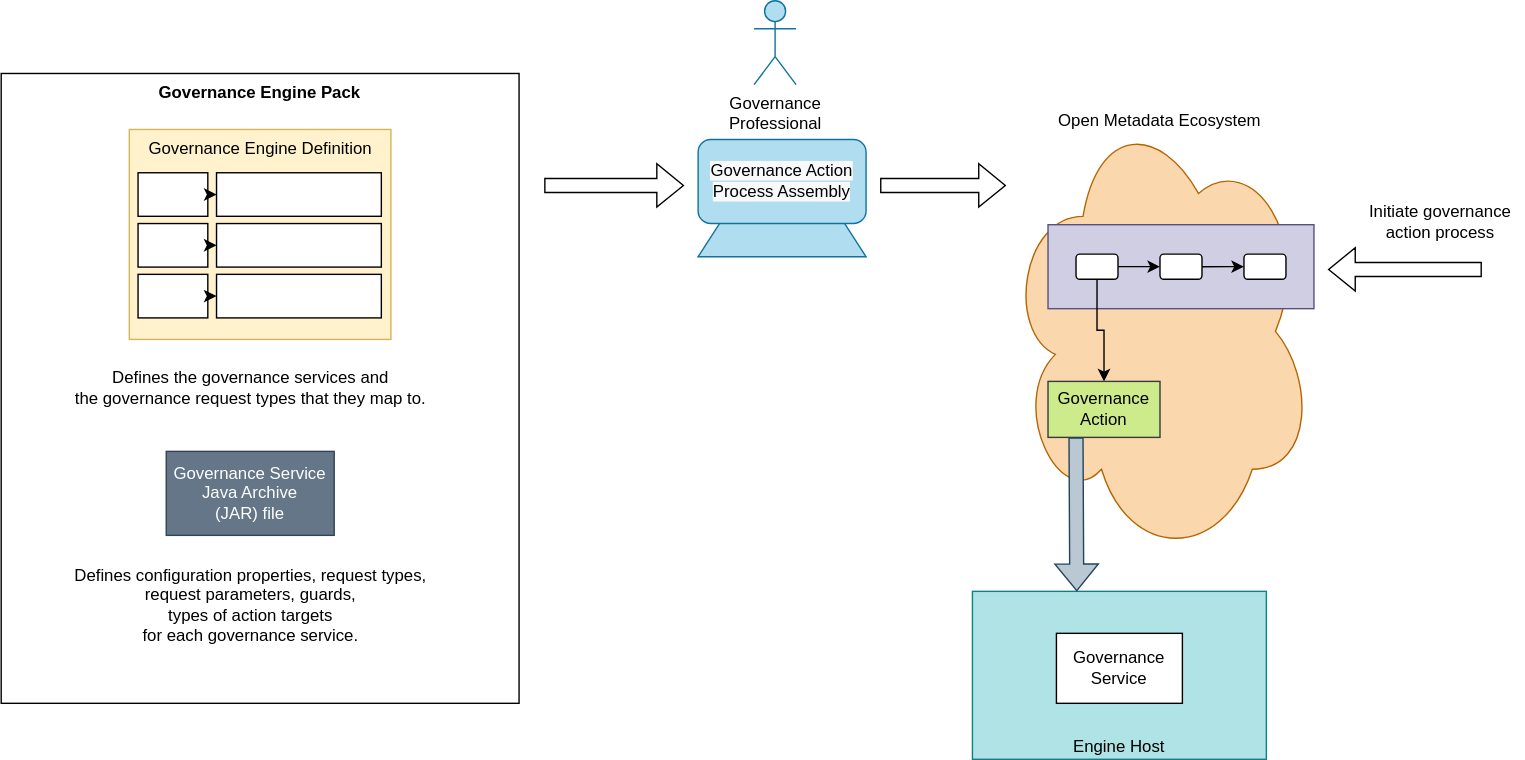
This is site/docs/concepts/governance-action-process-lifecycle.svg from odpi/egeria-docs, a draw.io export, as it was before one commit. Source tidied: cells renumbered, new cells last; positions are measured from the earlier drawing's top-left corner, leaving out a move shared by most shapes.
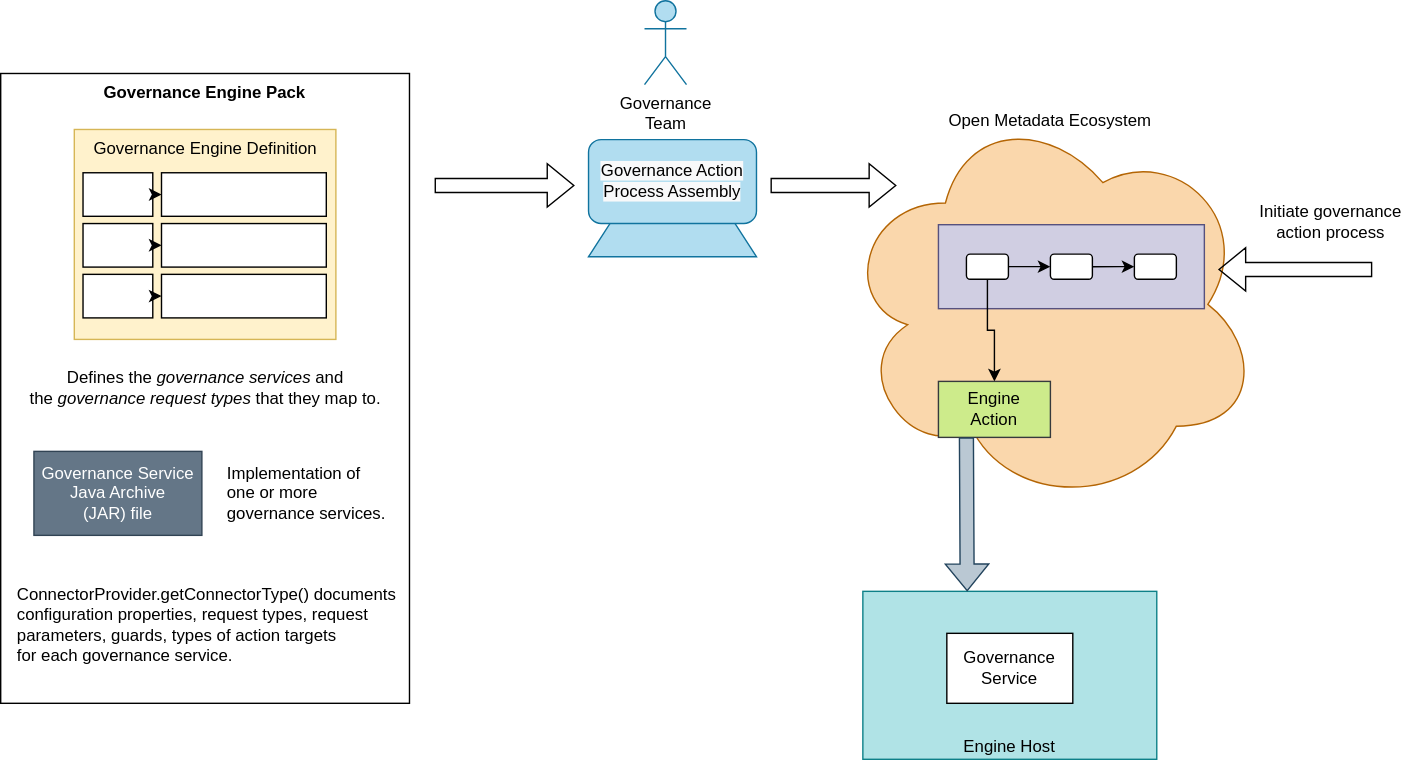
After the commit.

Change to the diagram source:
```diff
@@ -6,46 +6,46 @@
       <mxGeometry x="498" y="152" width="120" height="30.9" as="geometry" />
     </mxCell>
     <mxCell id="3" value="Governance Engine Pack" style="rounded=0;whiteSpace=wrap;html=1;verticalAlign=top;fontStyle=1;" parent="1" vertex="1">
-      <mxGeometry x="0.1" y="52" width="370" height="450" as="geometry" />
+      <mxGeometry x="78" y="52" width="292.1" height="450" as="geometry" />
     </mxCell>
     <mxCell id="4" value="Governance Engine Definition" style="rounded=0;whiteSpace=wrap;html=1;verticalAlign=top;fillColor=#fff2cc;strokeColor=#d6b656;" parent="1" vertex="1">
-      <mxGeometry x="91.6" y="92" width="186.9" height="150" as="geometry" />
+      <mxGeometry x="130.6" y="92" width="186.9" height="150" as="geometry" />
     </mxCell>
     <mxCell id="5" style="rounded=0;whiteSpace=wrap;html=1;" parent="1" vertex="1">
-      <mxGeometry x="153.9" y="122.9" width="117.7" height="31.1" as="geometry" />
+      <mxGeometry x="192.9" y="122.9" width="117.7" height="31.1" as="geometry" />
     </mxCell>
     <mxCell id="6" style="rounded=0;whiteSpace=wrap;html=1;align=center;" parent="1" vertex="1">
-      <mxGeometry x="97.9" y="122.9" width="49.8" height="31.1" as="geometry" />
+      <mxGeometry x="136.8" y="122.9" width="49.8" height="31.1" as="geometry" />
     </mxCell>
     <mxCell id="7" style="rounded=0;whiteSpace=wrap;html=1;" parent="1" vertex="1">
-      <mxGeometry x="153.9" y="159.2" width="117.7" height="31.1" as="geometry" />
+      <mxGeometry x="192.9" y="159.2" width="117.7" height="31.1" as="geometry" />
     </mxCell>
     <mxCell id="8" style="rounded=0;whiteSpace=wrap;html=1;align=center;" parent="1" vertex="1">
-      <mxGeometry x="97.9" y="159.2" width="49.8" height="31.1" as="geometry" />
+      <mxGeometry x="136.8" y="159.2" width="49.8" height="31.1" as="geometry" />
     </mxCell>
     <mxCell id="9" style="rounded=0;whiteSpace=wrap;html=1;" parent="1" vertex="1">
-      <mxGeometry x="153.9" y="195.5" width="117.7" height="31.1" as="geometry" />
+      <mxGeometry x="192.9" y="195.5" width="117.7" height="31.1" as="geometry" />
     </mxCell>
     <mxCell id="10" style="rounded=0;whiteSpace=wrap;html=1;align=center;" parent="1" vertex="1">
-      <mxGeometry x="97.9" y="195.5" width="49.8" height="31.1" as="geometry" />
+      <mxGeometry x="136.8" y="195.5" width="49.8" height="31.1" as="geometry" />
     </mxCell>
     <mxCell id="11" style="edgeStyle=orthogonalEdgeStyle;rounded=0;jettySize=auto;html=1;exitX=1;exitY=0.5;exitDx=0;exitDy=0;entryX=0;entryY=0.5;entryDx=0;entryDy=0;startArrow=none;startFill=0;endArrow=classic;endFill=1;fontColor=#000000;" parent="1" edge="1" source="6" target="5">
-      <mxGeometry x="143.6" y="265" as="geometry" />
+      <mxGeometry x="182.6" y="265" as="geometry" />
     </mxCell>
     <mxCell id="12" style="edgeStyle=orthogonalEdgeStyle;rounded=0;jettySize=auto;html=1;exitX=1;exitY=0.5;exitDx=0;exitDy=0;entryX=0;entryY=0.5;entryDx=0;entryDy=0;startArrow=none;startFill=0;endArrow=classic;endFill=1;fontColor=#000000;" parent="1" edge="1" source="8" target="7">
-      <mxGeometry x="143.6" y="265" as="geometry" />
+      <mxGeometry x="182.6" y="265" as="geometry" />
     </mxCell>
     <mxCell id="13" style="edgeStyle=orthogonalEdgeStyle;rounded=0;jettySize=auto;html=1;exitX=1;exitY=0.5;exitDx=0;exitDy=0;entryX=0;entryY=0.5;entryDx=0;entryDy=0;startArrow=none;startFill=0;endArrow=classic;endFill=1;fontColor=#000000;" parent="1" edge="1" source="10" target="9">
-      <mxGeometry x="143.6" y="265" as="geometry" />
+      <mxGeometry x="182.6" y="265" as="geometry" />
     </mxCell>
-    <mxCell id="14" value="Defines the governance services and&lt;br&gt;the governance request types that they map to." style="text;html=1;align=center;verticalAlign=middle;strokeColor=none;fillColor=none;" parent="1" vertex="1">
-      <mxGeometry x="43" y="262" width="270" height="30" as="geometry" />
+    <mxCell id="14" value="Defines the &lt;i&gt;governance services&lt;/i&gt; and&lt;br&gt;the &lt;i&gt;governance request types&lt;/i&gt; that they map to." style="text;html=1;align=center;verticalAlign=middle;strokeColor=none;fillColor=none;" parent="1" vertex="1">
+      <mxGeometry x="89" y="257" width="270" height="40" as="geometry" />
     </mxCell>
     <mxCell id="15" value="Governance Service&lt;br&gt;Java Archive&lt;br&gt;(JAR) file" style="rounded=0;whiteSpace=wrap;html=1;fillColor=#647687;fontColor=#ffffff;strokeColor=#314354;" parent="1" vertex="1">
-      <mxGeometry x="118" y="322" width="120" height="60" as="geometry" />
+      <mxGeometry x="101.7" y="322" width="120" height="60" as="geometry" />
     </mxCell>
-    <mxCell id="16" value="Defines configuration properties, request types,&lt;br&gt;request parameters, guards,&lt;br&gt;types of action targets&lt;br&gt;for each governance service." style="text;html=1;align=center;verticalAlign=middle;strokeColor=none;fillColor=none;" parent="1" vertex="1">
-      <mxGeometry x="43" y="402" width="270" height="60" as="geometry" />
+    <mxCell id="16" value="ConnectorProvider.getConnectorType() documents&lt;br&gt;configuration properties, request types, request &lt;br&gt;parameters, guards, types of action targets&lt;br&gt;for each governance service." style="text;html=1;align=left;verticalAlign=middle;strokeColor=none;fillColor=none;" parent="1" vertex="1">
+      <mxGeometry x="88" y="410.5" width="290" height="70" as="geometry" />
     </mxCell>
     <mxCell id="17" value="&lt;meta charset=&quot;utf-8&quot;&gt;&lt;span style=&quot;color: rgb(0, 0, 0); font-family: Helvetica; font-size: 12px; font-style: normal; font-variant-ligatures: normal; font-variant-caps: normal; font-weight: 400; letter-spacing: normal; orphans: 2; text-align: center; text-indent: 0px; text-transform: none; widows: 2; word-spacing: 0px; -webkit-text-stroke-width: 0px; background-color: rgb(248, 249, 250); text-decoration-thickness: initial; text-decoration-style: initial; text-decoration-color: initial; float: none; display: inline !important;&quot;&gt;Governance Action Process Assembly&lt;/span&gt;" style="rounded=1;whiteSpace=wrap;html=1;fillColor=#b1ddf0;strokeColor=#10739e;" parent="1" vertex="1">
       <mxGeometry x="498" y="99.2" width="120" height="60" as="geometry" />
@@ -57,7 +57,7 @@
       </mxGeometry>
     </mxCell>
     <mxCell id="19" value="Open Metadata Ecosystem" style="ellipse;shape=cloud;whiteSpace=wrap;html=1;fillColor=#fad7ac;strokeColor=#b46504;verticalAlign=top;" parent="1" vertex="1">
-      <mxGeometry x="718" y="72" width="220" height="328.5" as="geometry" />
+      <mxGeometry x="678" y="72" width="300" height="290" as="geometry" />
     </mxCell>
     <mxCell id="20" style="shape=flexArrow;endArrow=classic;html=1;rounded=0;" parent="1" edge="1">
       <mxGeometry relative="1" as="geometry">
@@ -95,7 +95,7 @@
     <mxCell id="29" value="Initiate governance&lt;br&gt;action process" style="text;html=1;align=center;verticalAlign=middle;strokeColor=none;fillColor=none;" parent="1" vertex="1">
       <mxGeometry x="968" y="142.7" width="120" height="30" as="geometry" />
     </mxCell>
-    <mxCell id="30" value="Governance&lt;br&gt;Action" style="rounded=0;whiteSpace=wrap;html=1;fillColor=#cdeb8b;strokeColor=#36393d;" parent="1" vertex="1">
+    <mxCell id="30" value="Engine&lt;br&gt;Action" style="rounded=0;whiteSpace=wrap;html=1;fillColor=#cdeb8b;strokeColor=#36393d;" parent="1" vertex="1">
       <mxGeometry x="748" y="272" width="80" height="40" as="geometry" />
     </mxCell>
     <mxCell id="31" value="Engine Host" style="rounded=0;whiteSpace=wrap;html=1;fillColor=#b0e3e6;strokeColor=#0e8088;verticalAlign=bottom;" parent="1" vertex="1">
@@ -107,8 +107,11 @@
     <mxCell id="33" value="Governance Service" style="rounded=0;whiteSpace=wrap;html=1;" parent="1" vertex="1">
       <mxGeometry x="754" y="452" width="90" height="50" as="geometry" />
     </mxCell>
-    <mxCell id="34" value="Governance&lt;br&gt;Professional" style="shape=umlActor;verticalLabelPosition=bottom;verticalAlign=top;html=1;fillColor=#b1ddf0;strokeColor=#10739e;" parent="1" vertex="1">
+    <mxCell id="34" value="Governance&lt;br&gt;Team" style="shape=umlActor;verticalLabelPosition=bottom;verticalAlign=top;html=1;fillColor=#b1ddf0;strokeColor=#10739e;" parent="1" vertex="1">
       <mxGeometry x="538" width="30" height="60" as="geometry" />
     </mxCell>
+    <mxCell id="35" value="Implementation of&lt;br&gt;one or more&lt;br&gt;governance services." style="text;html=1;align=left;verticalAlign=middle;strokeColor=none;fillColor=none;" parent="1" vertex="1">
+      <mxGeometry x="238" y="322" width="140" height="60" as="geometry" />
+    </mxCell>
   </root>
 </mxGraphModel>
```
